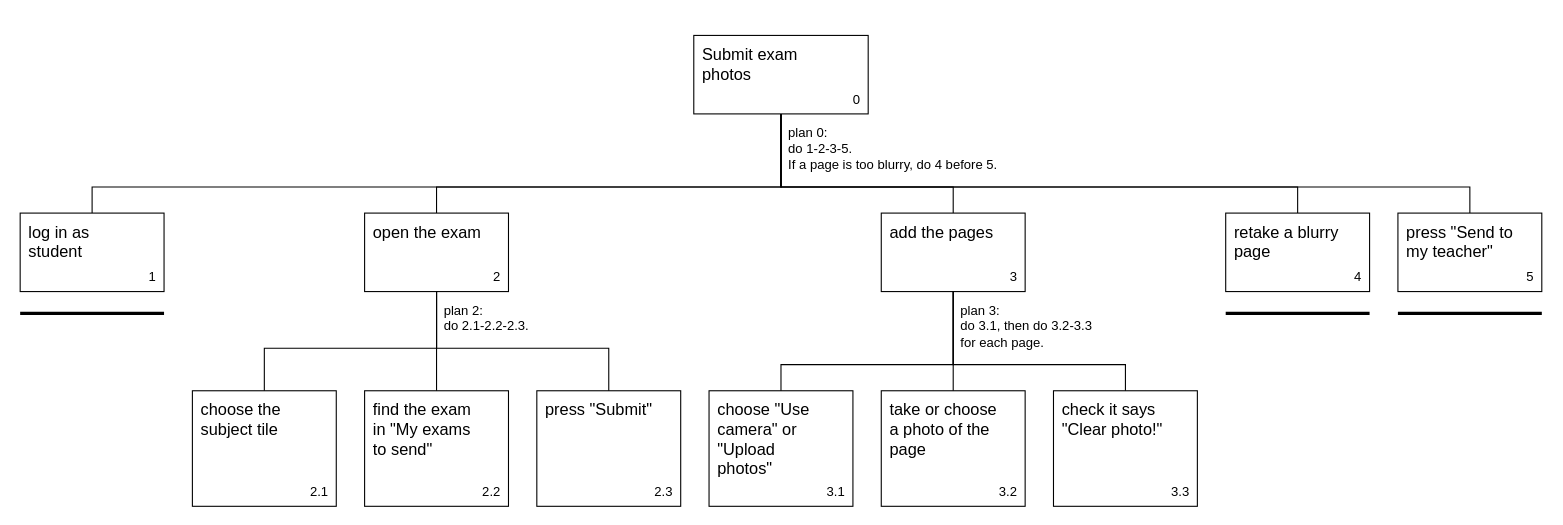
Above: page "S1 Submit exam photos" (1 of 3) of Sprout_HTDs/Student_HTDs.drawio in AmrKoura/HCI_DAMNS (draw.io), before the change. Source tidied: cells renumbered, new cells numbered last; positions are measured from the earlier drawing's top-left corner, leaving out a move shared by most shapes. Both pictures are drawn from the tidied source at 109%, with x=0, y=0 at pixel (20, 35).
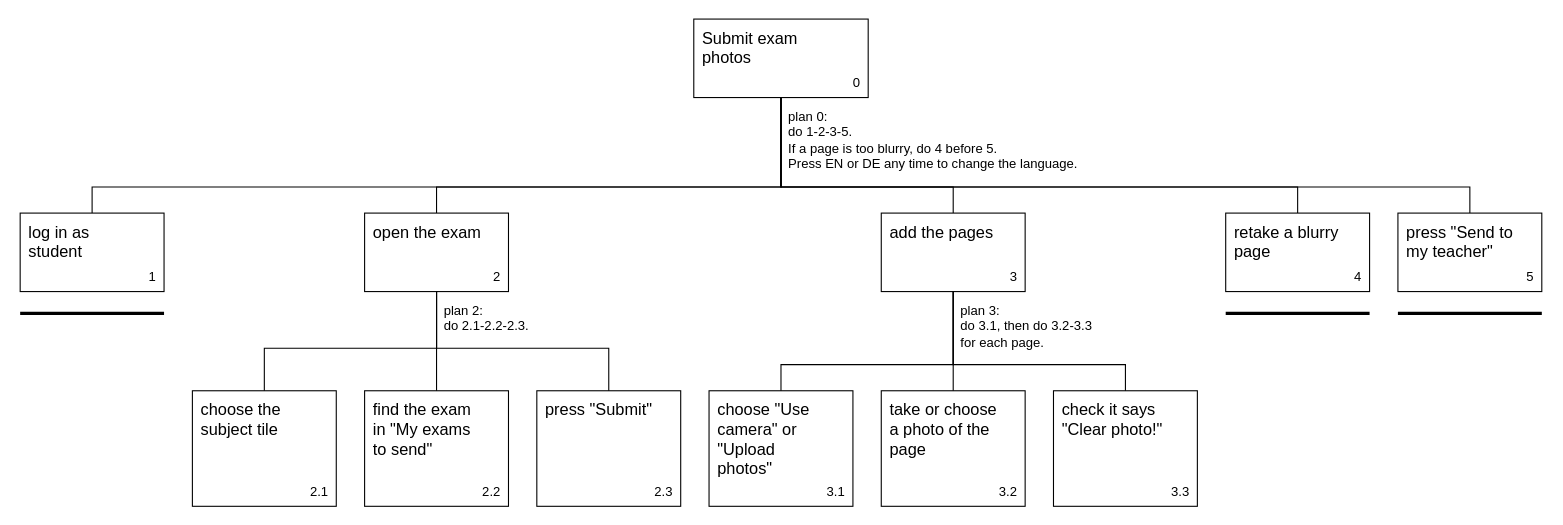
After the change.

Change to the diagram source:
```diff
@@
     <mxCell id="2" value="Submit exam photos" style="rounded=0;whiteSpace=wrap;html=1;fillColor=#FFFFFF;strokeColor=#000000;fontColor=#000000;fontFamily=Helvetica;fontSize=15;align=left;verticalAlign=top;spacingLeft=6;spacingTop=2;spacingRight=22;" parent="1" vertex="1">
-      <mxGeometry x="618" width="160" height="72" as="geometry" />
+      <mxGeometry x="618" y="-15" width="160" height="72" as="geometry" />
     </mxCell>
     <mxCell id="3" value="0" style="text;html=1;fontFamily=Helvetica;fontSize=12;align=right;verticalAlign=bottom;fontColor=#000000;" parent="1" vertex="1">
-      <mxGeometry x="758" y="50" width="14" height="18" as="geometry" />
+      <mxGeometry x="758" y="35" width="14" height="18" as="geometry" />
     </mxCell>
@@
-    <mxCell id="37" value="plan 0:&lt;br&gt;do 1-2-3-5.&lt;br&gt;If a page is too blurry, do 4 before 5." style="text;html=1;fontFamily=Helvetica;fontSize=12;align=left;verticalAlign=top;spacing=0;fontColor=#000000;" parent="1" vertex="1">
-      <mxGeometry x="705" y="78" width="211" height="49" as="geometry" />
+    <mxCell id="37" value="plan 0:&lt;br&gt;do 1-2-3-5.&lt;br&gt;If a page is too blurry, do 4 before 5.&lt;br&gt;Press EN or DE any time to change the language." style="text;html=1;fontFamily=Helvetica;fontSize=12;align=left;verticalAlign=top;spacing=0;fontColor=#000000;" parent="1" vertex="1">
+      <mxGeometry x="705" y="63" width="290" height="64" as="geometry" />
     </mxCell>
```
